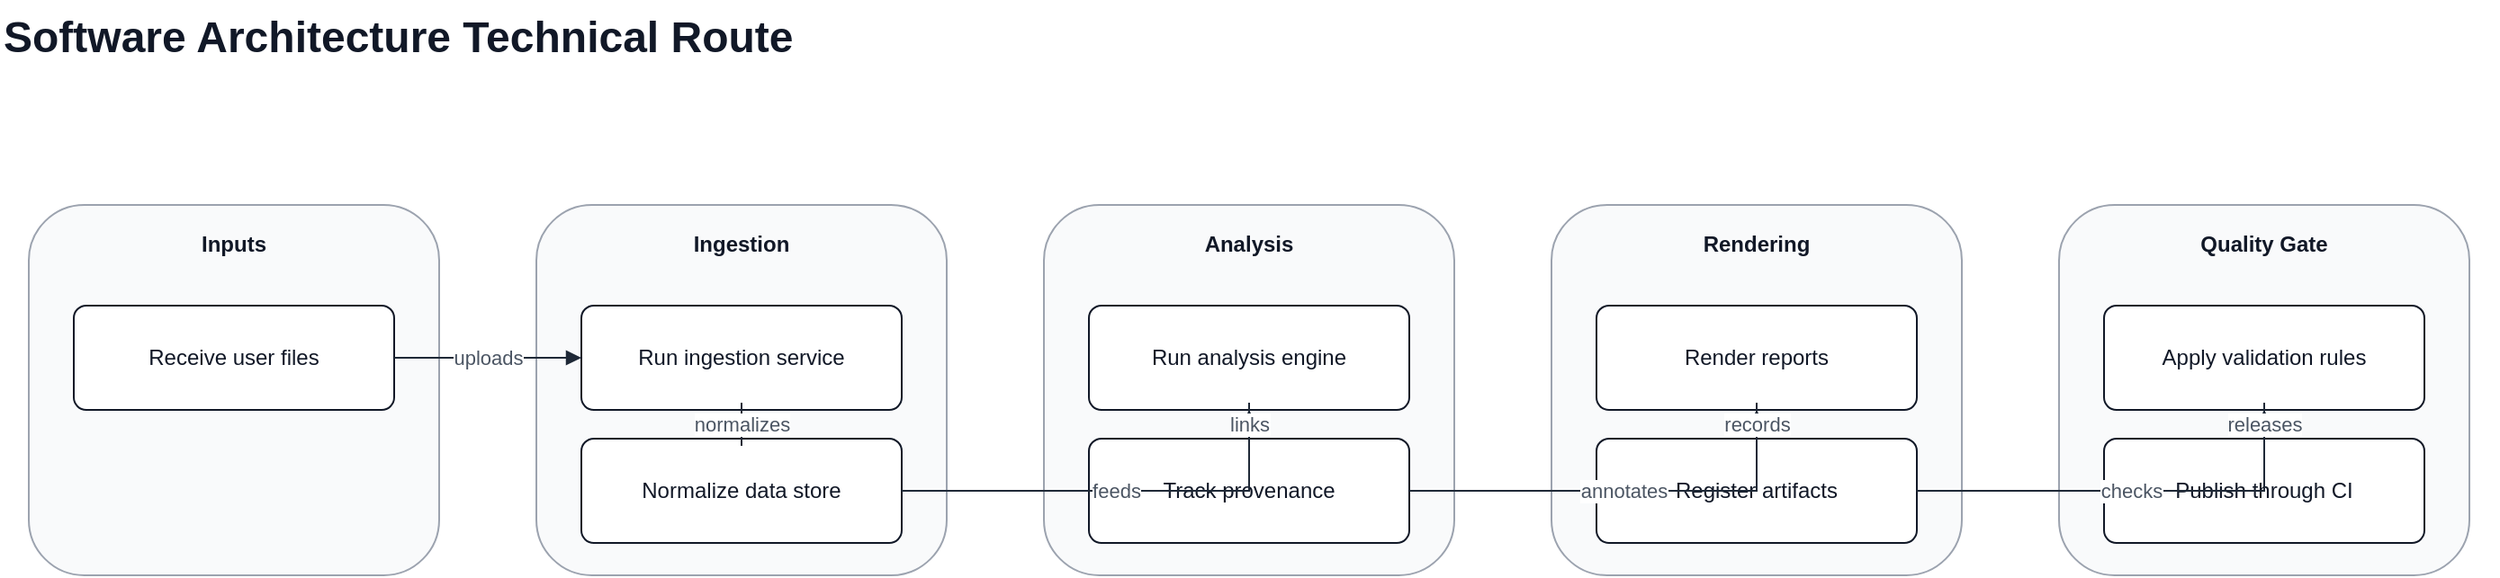
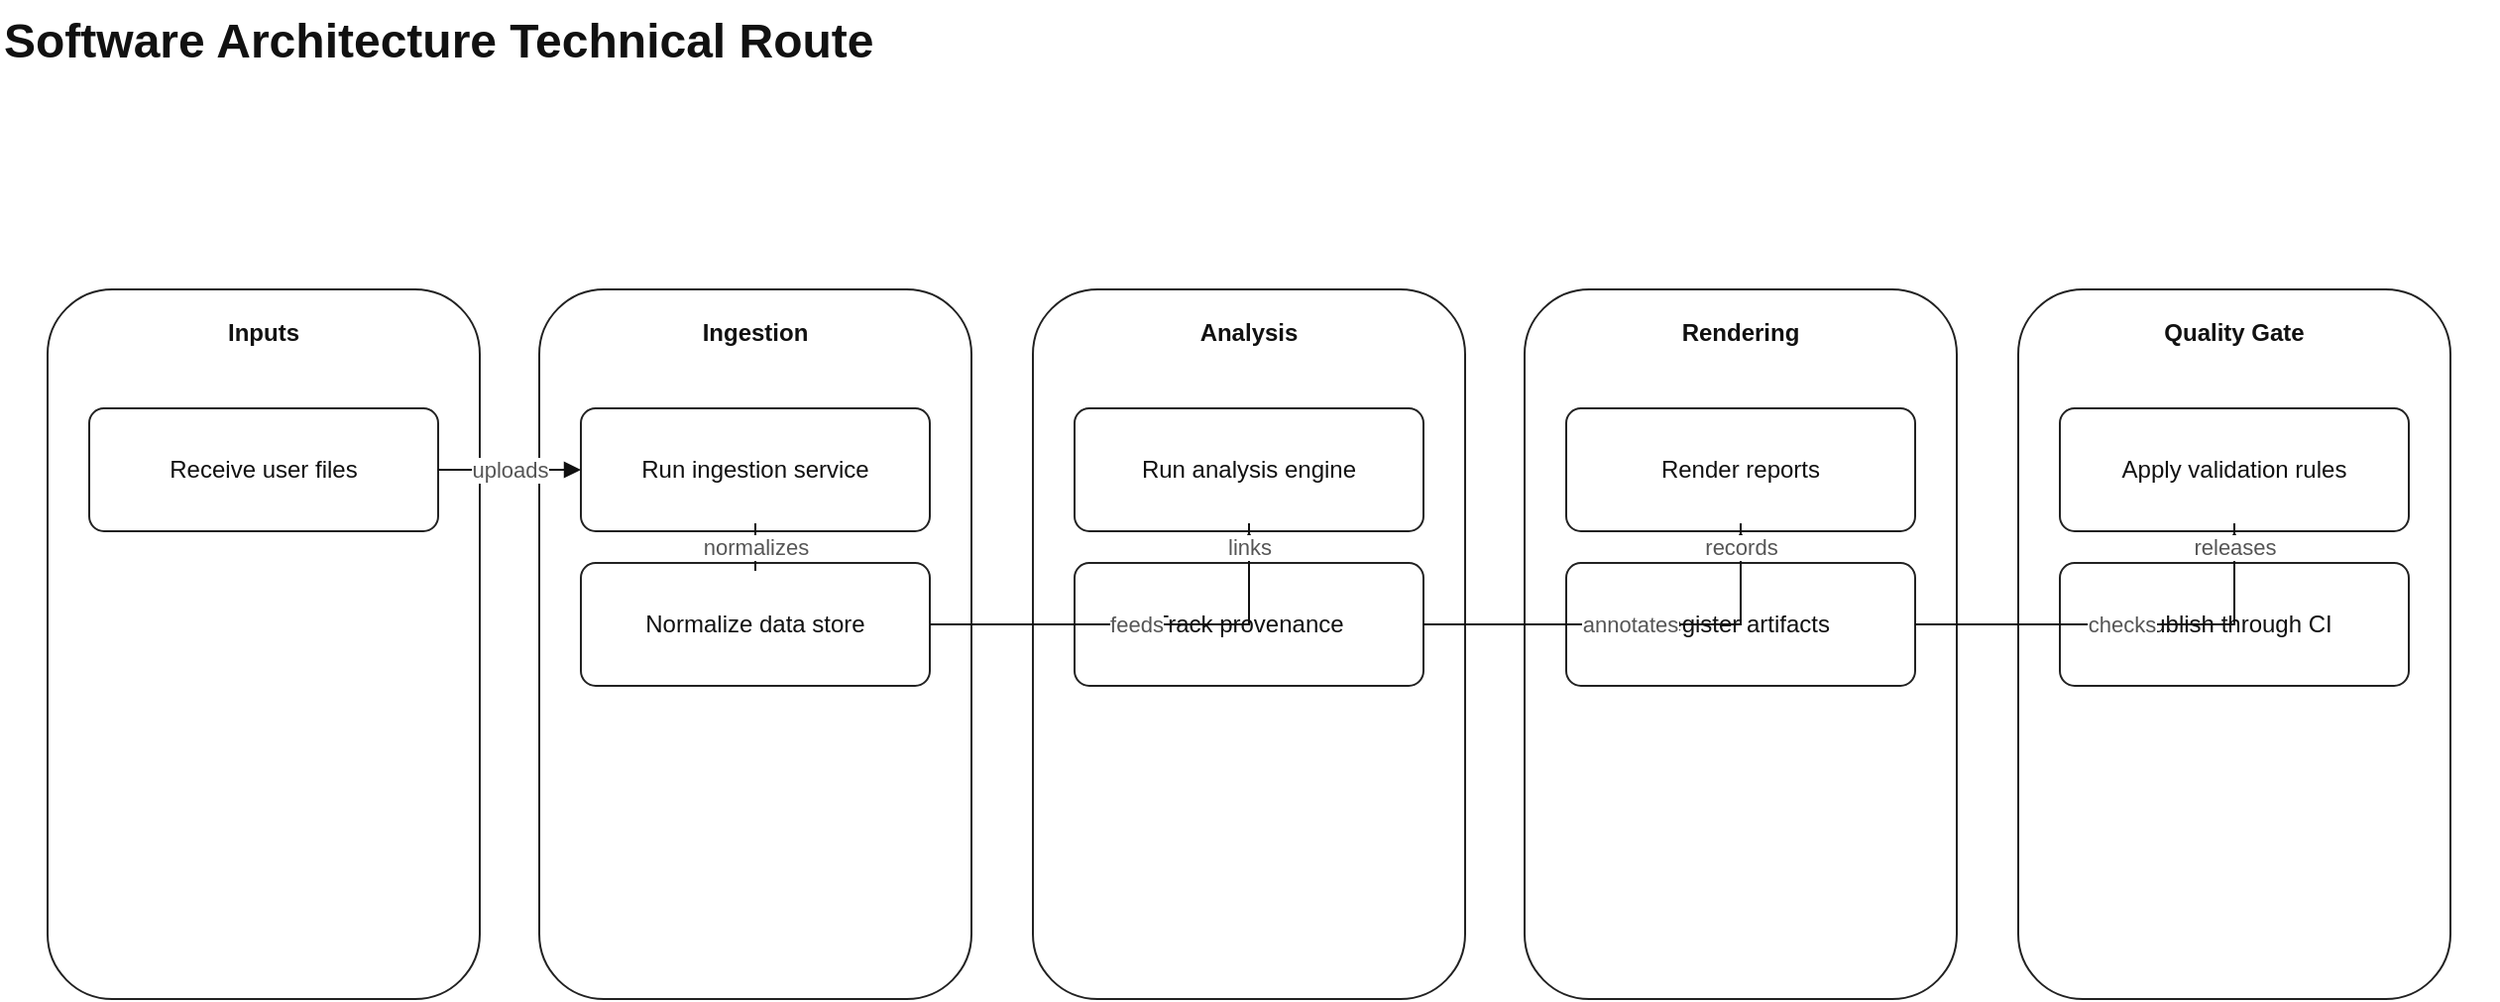
<mxfile host="app.diagrams.net" modified="2026-06-19T00:00:00.000Z" agent="tech-route-maker" version="24.7.8">
<diagram id="tech-route" name="Tech Route">
<mxGraphModel dx="1200" dy="800" grid="1" gridSize="10" guides="1" tooltips="1" connect="1" arrows="1" fold="1" page="1" pageScale="1" pageWidth="1600" pageHeight="900" math="0" shadow="0">
<root>
<mxCell id="0"/>
<mxCell id="1" parent="0"/>
- <mxCell id="title" value="Software Architecture Technical Route" style="text;html=1;strokeColor=none;fillColor=none;fontSize=24;fontStyle=1;fontColor=#111827;" vertex="1" parent="1"><mxGeometry x="40" y="20" width="1388" height="40" as="geometry"/></mxCell>
- <mxCell id="stage_inputs" value="Inputs" style="rounded=1;whiteSpace=wrap;html=1;fillColor=#F9FAFB;strokeColor=#9CA3AF;fontColor=#111827;fontStyle=1;verticalAlign=top;spacingTop=8;" vertex="1" parent="1"><mxGeometry x="56" y="134" width="228" height="206" as="geometry"/></mxCell>
- <mxCell id="stage_ingestion" value="Ingestion" style="rounded=1;whiteSpace=wrap;html=1;fillColor=#F9FAFB;strokeColor=#9CA3AF;fontColor=#111827;fontStyle=1;verticalAlign=top;spacingTop=8;" vertex="1" parent="1"><mxGeometry x="338" y="134" width="228" height="206" as="geometry"/></mxCell>
- <mxCell id="stage_analysis" value="Analysis" style="rounded=1;whiteSpace=wrap;html=1;fillColor=#F9FAFB;strokeColor=#9CA3AF;fontColor=#111827;fontStyle=1;verticalAlign=top;spacingTop=8;" vertex="1" parent="1"><mxGeometry x="620" y="134" width="228" height="206" as="geometry"/></mxCell>
- <mxCell id="stage_rendering" value="Rendering" style="rounded=1;whiteSpace=wrap;html=1;fillColor=#F9FAFB;strokeColor=#9CA3AF;fontColor=#111827;fontStyle=1;verticalAlign=top;spacingTop=8;" vertex="1" parent="1"><mxGeometry x="902" y="134" width="228" height="206" as="geometry"/></mxCell>
- <mxCell id="stage_quality" value="Quality Gate" style="rounded=1;whiteSpace=wrap;html=1;fillColor=#F9FAFB;strokeColor=#9CA3AF;fontColor=#111827;fontStyle=1;verticalAlign=top;spacingTop=8;" vertex="1" parent="1"><mxGeometry x="1184" y="134" width="228" height="206" as="geometry"/></mxCell>
- <mxCell id="inputs_files" value="Receive user files" tooltip="Accept documents, spreadsheets, PDFs, and user configuration as project evidence." style="rounded=1;whiteSpace=wrap;html=1;fillColor=#FFFFFF;strokeColor=#111827;fontColor=#111827;arcSize=12;" vertex="1" parent="1"><mxGeometry x="81" y="190" width="178" height="58" as="geometry"/></mxCell>
- <mxCell id="ingestion_service" value="Run ingestion service" tooltip="Coordinate upload intake, metadata extraction, and parser-worker dispatch." style="rounded=1;whiteSpace=wrap;html=1;fillColor=#FFFFFF;strokeColor=#111827;fontColor=#111827;arcSize=12;" vertex="1" parent="1"><mxGeometry x="363" y="190" width="178" height="58" as="geometry"/></mxCell>
- <mxCell id="ingestion_store" value="Normalize data store" tooltip="Persist normalized source metadata and parsed records for downstream analysis." style="rounded=1;whiteSpace=wrap;html=1;fillColor=#FFFFFF;strokeColor=#111827;fontColor=#111827;arcSize=12;" vertex="1" parent="1"><mxGeometry x="363" y="264" width="178" height="58" as="geometry"/></mxCell>
- <mxCell id="analysis_engine" value="Run analysis engine" tooltip="Use normalized data to drive analytical workflows and report logic." style="rounded=1;whiteSpace=wrap;html=1;fillColor=#FFFFFF;strokeColor=#111827;fontColor=#111827;arcSize=12;" vertex="1" parent="1"><mxGeometry x="645" y="190" width="178" height="58" as="geometry"/></mxCell>
- <mxCell id="analysis_provenance" value="Track provenance" tooltip="Attach source metadata, validation status, and evidence links to outputs." style="rounded=1;whiteSpace=wrap;html=1;fillColor=#FFFFFF;strokeColor=#111827;fontColor=#111827;arcSize=12;" vertex="1" parent="1"><mxGeometry x="645" y="264" width="178" height="58" as="geometry"/></mxCell>
- <mxCell id="render_reports" value="Render reports" tooltip="Generate HTML report, editable charts, dashboard view, and Markdown summary." style="rounded=1;whiteSpace=wrap;html=1;fillColor=#FFFFFF;strokeColor=#111827;fontColor=#111827;arcSize=12;" vertex="1" parent="1"><mxGeometry x="927" y="190" width="178" height="58" as="geometry"/></mxCell>
- <mxCell id="render_registry" value="Register artifacts" tooltip="Store artifact metadata for inspection, handoff, and rerendering." style="rounded=1;whiteSpace=wrap;html=1;fillColor=#FFFFFF;strokeColor=#111827;fontColor=#111827;arcSize=12;" vertex="1" parent="1"><mxGeometry x="927" y="264" width="178" height="58" as="geometry"/></mxCell>
- <mxCell id="quality_rules" value="Apply validation rules" tooltip="Run validation rules, snapshots, regression tests, and user review checkpoints." style="rounded=1;whiteSpace=wrap;html=1;fillColor=#FFFFFF;strokeColor=#111827;fontColor=#111827;arcSize=12;" vertex="1" parent="1"><mxGeometry x="1209" y="190" width="178" height="58" as="geometry"/></mxCell>
- <mxCell id="quality_ci" value="Publish through CI" tooltip="Use local development, CI validation, and packaged examples as the release route." style="rounded=1;whiteSpace=wrap;html=1;fillColor=#FFFFFF;strokeColor=#111827;fontColor=#111827;arcSize=12;" vertex="1" parent="1"><mxGeometry x="1209" y="264" width="178" height="58" as="geometry"/></mxCell>
- <mxCell id="edge_1" value="uploads" style="edgeStyle=orthogonalEdgeStyle;rounded=0;orthogonalLoop=1;jettySize=auto;html=1;endArrow=block;endFill=1;strokeColor=#1F2937;fontColor=#4B5563;" edge="1" parent="1" source="inputs_files" target="ingestion_service"><mxGeometry relative="1" as="geometry"/></mxCell>
- <mxCell id="edge_2" value="normalizes" style="edgeStyle=orthogonalEdgeStyle;rounded=0;orthogonalLoop=1;jettySize=auto;html=1;endArrow=block;endFill=1;strokeColor=#1F2937;fontColor=#4B5563;" edge="1" parent="1" source="ingestion_service" target="ingestion_store"><mxGeometry relative="1" as="geometry"/></mxCell>
- <mxCell id="edge_3" value="feeds" style="edgeStyle=orthogonalEdgeStyle;rounded=0;orthogonalLoop=1;jettySize=auto;html=1;endArrow=block;endFill=1;strokeColor=#1F2937;fontColor=#4B5563;" edge="1" parent="1" source="ingestion_store" target="analysis_engine"><mxGeometry relative="1" as="geometry"/></mxCell>
- <mxCell id="edge_4" value="links" style="edgeStyle=orthogonalEdgeStyle;rounded=0;orthogonalLoop=1;jettySize=auto;html=1;endArrow=block;endFill=1;strokeColor=#1F2937;fontColor=#4B5563;" edge="1" parent="1" source="analysis_engine" target="analysis_provenance"><mxGeometry relative="1" as="geometry"/></mxCell>
- <mxCell id="edge_5" value="annotates" style="edgeStyle=orthogonalEdgeStyle;rounded=0;orthogonalLoop=1;jettySize=auto;html=1;endArrow=block;endFill=1;strokeColor=#1F2937;fontColor=#4B5563;" edge="1" parent="1" source="analysis_provenance" target="render_reports"><mxGeometry relative="1" as="geometry"/></mxCell>
- <mxCell id="edge_6" value="records" style="edgeStyle=orthogonalEdgeStyle;rounded=0;orthogonalLoop=1;jettySize=auto;html=1;endArrow=block;endFill=1;strokeColor=#1F2937;fontColor=#4B5563;" edge="1" parent="1" source="render_reports" target="render_registry"><mxGeometry relative="1" as="geometry"/></mxCell>
- <mxCell id="edge_7" value="checks" style="edgeStyle=orthogonalEdgeStyle;rounded=0;orthogonalLoop=1;jettySize=auto;html=1;endArrow=block;endFill=1;strokeColor=#1F2937;fontColor=#4B5563;" edge="1" parent="1" source="render_registry" target="quality_rules"><mxGeometry relative="1" as="geometry"/></mxCell>
- <mxCell id="edge_8" value="releases" style="edgeStyle=orthogonalEdgeStyle;rounded=0;orthogonalLoop=1;jettySize=auto;html=1;endArrow=block;endFill=1;strokeColor=#1F2937;fontColor=#4B5563;" edge="1" parent="1" source="quality_rules" target="quality_ci"><mxGeometry relative="1" as="geometry"/></mxCell>
+ <mxCell id="title" value="Software Architecture Technical Route" style="text;html=1;strokeColor=none;fillColor=none;fontSize=24;fontStyle=1;fontColor=#111111;" vertex="1" parent="1"><mxGeometry x="40" y="20" width="1260" height="40" as="geometry"/></mxCell>
+ <mxCell id="stage_inputs" value="Inputs" style="rounded=1;whiteSpace=wrap;html=1;fillColor=#FFFFFF;strokeColor=#222222;fontColor=#111111;fontStyle=1;verticalAlign=top;spacingTop=8;" vertex="1" parent="1"><mxGeometry x="64" y="166" width="218" height="358" as="geometry"/></mxCell>
+ <mxCell id="stage_ingestion" value="Ingestion" style="rounded=1;whiteSpace=wrap;html=1;fillColor=#FFFFFF;strokeColor=#222222;fontColor=#111111;fontStyle=1;verticalAlign=top;spacingTop=8;" vertex="1" parent="1"><mxGeometry x="312" y="166" width="218" height="358" as="geometry"/></mxCell>
+ <mxCell id="stage_analysis" value="Analysis" style="rounded=1;whiteSpace=wrap;html=1;fillColor=#FFFFFF;strokeColor=#222222;fontColor=#111111;fontStyle=1;verticalAlign=top;spacingTop=8;" vertex="1" parent="1"><mxGeometry x="561" y="166" width="218" height="358" as="geometry"/></mxCell>
+ <mxCell id="stage_rendering" value="Rendering" style="rounded=1;whiteSpace=wrap;html=1;fillColor=#FFFFFF;strokeColor=#222222;fontColor=#111111;fontStyle=1;verticalAlign=top;spacingTop=8;" vertex="1" parent="1"><mxGeometry x="809" y="166" width="218" height="358" as="geometry"/></mxCell>
+ <mxCell id="stage_quality" value="Quality Gate" style="rounded=1;whiteSpace=wrap;html=1;fillColor=#FFFFFF;strokeColor=#222222;fontColor=#111111;fontStyle=1;verticalAlign=top;spacingTop=8;" vertex="1" parent="1"><mxGeometry x="1058" y="166" width="218" height="358" as="geometry"/></mxCell>
+ <mxCell id="inputs_files" value="Receive user files" tooltip="Accept documents, spreadsheets, PDFs, and user configuration as project evidence." style="rounded=1;whiteSpace=wrap;html=1;fillColor=#FFFFFF;strokeColor=#222222;fontColor=#111111;arcSize=12;" vertex="1" parent="1"><mxGeometry x="85" y="226" width="176" height="62" as="geometry"/></mxCell>
+ <mxCell id="ingestion_service" value="Run ingestion service" tooltip="Coordinate upload intake, metadata extraction, and parser-worker dispatch." style="rounded=1;whiteSpace=wrap;html=1;fillColor=#FFFFFF;strokeColor=#222222;fontColor=#111111;arcSize=12;" vertex="1" parent="1"><mxGeometry x="333" y="226" width="176" height="62" as="geometry"/></mxCell>
+ <mxCell id="ingestion_store" value="Normalize data store" tooltip="Persist normalized source metadata and parsed records for downstream analysis." style="rounded=1;whiteSpace=wrap;html=1;fillColor=#FFFFFF;strokeColor=#222222;fontColor=#111111;arcSize=12;" vertex="1" parent="1"><mxGeometry x="333" y="304" width="176" height="62" as="geometry"/></mxCell>
+ <mxCell id="analysis_engine" value="Run analysis engine" tooltip="Use normalized data to drive analytical workflows and report logic." style="rounded=1;whiteSpace=wrap;html=1;fillColor=#FFFFFF;strokeColor=#222222;fontColor=#111111;arcSize=12;" vertex="1" parent="1"><mxGeometry x="582" y="226" width="176" height="62" as="geometry"/></mxCell>
+ <mxCell id="analysis_provenance" value="Track provenance" tooltip="Attach source metadata, validation status, and evidence links to outputs." style="rounded=1;whiteSpace=wrap;html=1;fillColor=#FFFFFF;strokeColor=#222222;fontColor=#111111;arcSize=12;" vertex="1" parent="1"><mxGeometry x="582" y="304" width="176" height="62" as="geometry"/></mxCell>
+ <mxCell id="render_reports" value="Render reports" tooltip="Generate HTML report, editable charts, dashboard view, and Markdown summary." style="rounded=1;whiteSpace=wrap;html=1;fillColor=#FFFFFF;strokeColor=#222222;fontColor=#111111;arcSize=12;" vertex="1" parent="1"><mxGeometry x="830" y="226" width="176" height="62" as="geometry"/></mxCell>
+ <mxCell id="render_registry" value="Register artifacts" tooltip="Store artifact metadata for inspection, handoff, and rerendering." style="rounded=1;whiteSpace=wrap;html=1;fillColor=#FFFFFF;strokeColor=#222222;fontColor=#111111;arcSize=12;" vertex="1" parent="1"><mxGeometry x="830" y="304" width="176" height="62" as="geometry"/></mxCell>
+ <mxCell id="quality_rules" value="Apply validation rules" tooltip="Run validation rules, snapshots, regression tests, and user review checkpoints." style="rounded=1;whiteSpace=wrap;html=1;fillColor=#FFFFFF;strokeColor=#222222;fontColor=#111111;arcSize=12;" vertex="1" parent="1"><mxGeometry x="1079" y="226" width="176" height="62" as="geometry"/></mxCell>
+ <mxCell id="quality_ci" value="Publish through CI" tooltip="Use local development, CI validation, and packaged examples as the release route." style="rounded=1;whiteSpace=wrap;html=1;fillColor=#FFFFFF;strokeColor=#222222;fontColor=#111111;arcSize=12;" vertex="1" parent="1"><mxGeometry x="1079" y="304" width="176" height="62" as="geometry"/></mxCell>
+ <mxCell id="edge_1" value="uploads" style="edgeStyle=orthogonalEdgeStyle;rounded=0;orthogonalLoop=1;jettySize=auto;html=1;endArrow=block;endFill=1;strokeColor=#111111;fontColor=#555555;" edge="1" parent="1" source="inputs_files" target="ingestion_service"><mxGeometry relative="1" as="geometry"/></mxCell>
+ <mxCell id="edge_2" value="normalizes" style="edgeStyle=orthogonalEdgeStyle;rounded=0;orthogonalLoop=1;jettySize=auto;html=1;endArrow=block;endFill=1;strokeColor=#111111;fontColor=#555555;" edge="1" parent="1" source="ingestion_service" target="ingestion_store"><mxGeometry relative="1" as="geometry"/></mxCell>
+ <mxCell id="edge_3" value="feeds" style="edgeStyle=orthogonalEdgeStyle;rounded=0;orthogonalLoop=1;jettySize=auto;html=1;endArrow=block;endFill=1;strokeColor=#111111;fontColor=#555555;" edge="1" parent="1" source="ingestion_store" target="analysis_engine"><mxGeometry relative="1" as="geometry"/></mxCell>
+ <mxCell id="edge_4" value="links" style="edgeStyle=orthogonalEdgeStyle;rounded=0;orthogonalLoop=1;jettySize=auto;html=1;endArrow=block;endFill=1;strokeColor=#111111;fontColor=#555555;" edge="1" parent="1" source="analysis_engine" target="analysis_provenance"><mxGeometry relative="1" as="geometry"/></mxCell>
+ <mxCell id="edge_5" value="annotates" style="edgeStyle=orthogonalEdgeStyle;rounded=0;orthogonalLoop=1;jettySize=auto;html=1;endArrow=block;endFill=1;strokeColor=#111111;fontColor=#555555;" edge="1" parent="1" source="analysis_provenance" target="render_reports"><mxGeometry relative="1" as="geometry"/></mxCell>
+ <mxCell id="edge_6" value="records" style="edgeStyle=orthogonalEdgeStyle;rounded=0;orthogonalLoop=1;jettySize=auto;html=1;endArrow=block;endFill=1;strokeColor=#111111;fontColor=#555555;" edge="1" parent="1" source="render_reports" target="render_registry"><mxGeometry relative="1" as="geometry"/></mxCell>
+ <mxCell id="edge_7" value="checks" style="edgeStyle=orthogonalEdgeStyle;rounded=0;orthogonalLoop=1;jettySize=auto;html=1;endArrow=block;endFill=1;strokeColor=#111111;fontColor=#555555;" edge="1" parent="1" source="render_registry" target="quality_rules"><mxGeometry relative="1" as="geometry"/></mxCell>
+ <mxCell id="edge_8" value="releases" style="edgeStyle=orthogonalEdgeStyle;rounded=0;orthogonalLoop=1;jettySize=auto;html=1;endArrow=block;endFill=1;strokeColor=#111111;fontColor=#555555;" edge="1" parent="1" source="quality_rules" target="quality_ci"><mxGeometry relative="1" as="geometry"/></mxCell>
</root>
</mxGraphModel>
</diagram>
</mxfile>